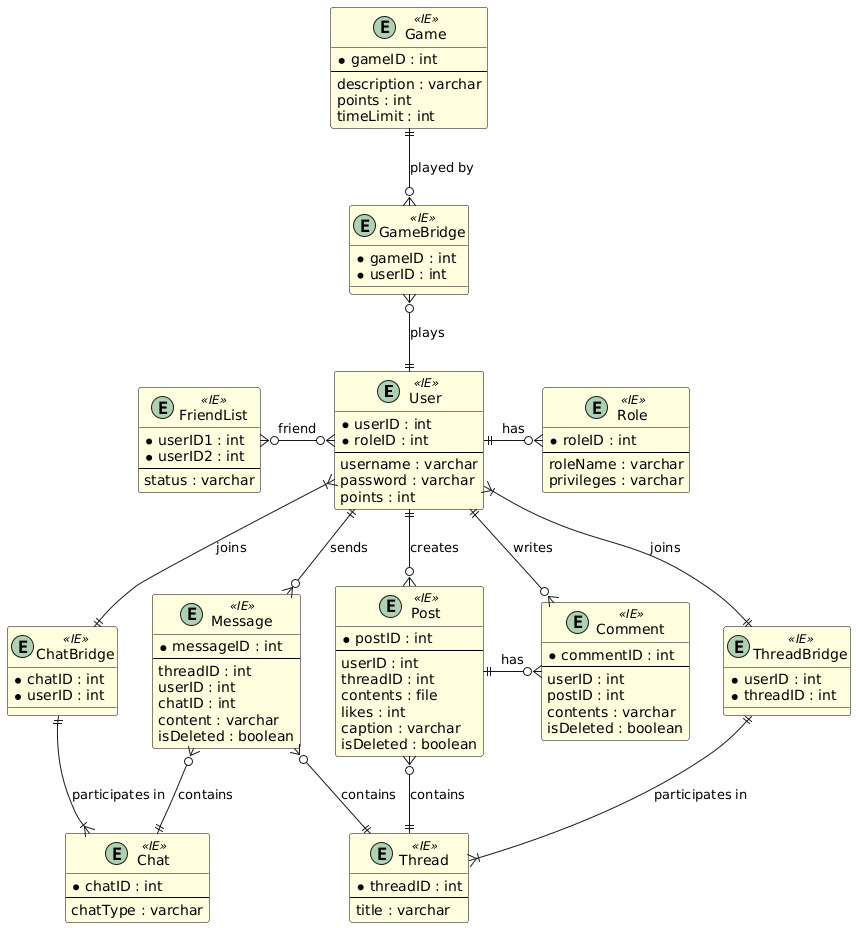
Earlier version of the PlantUML export Project/Documentation/ERD/ERD.png (AbSharum/CodeTogether).
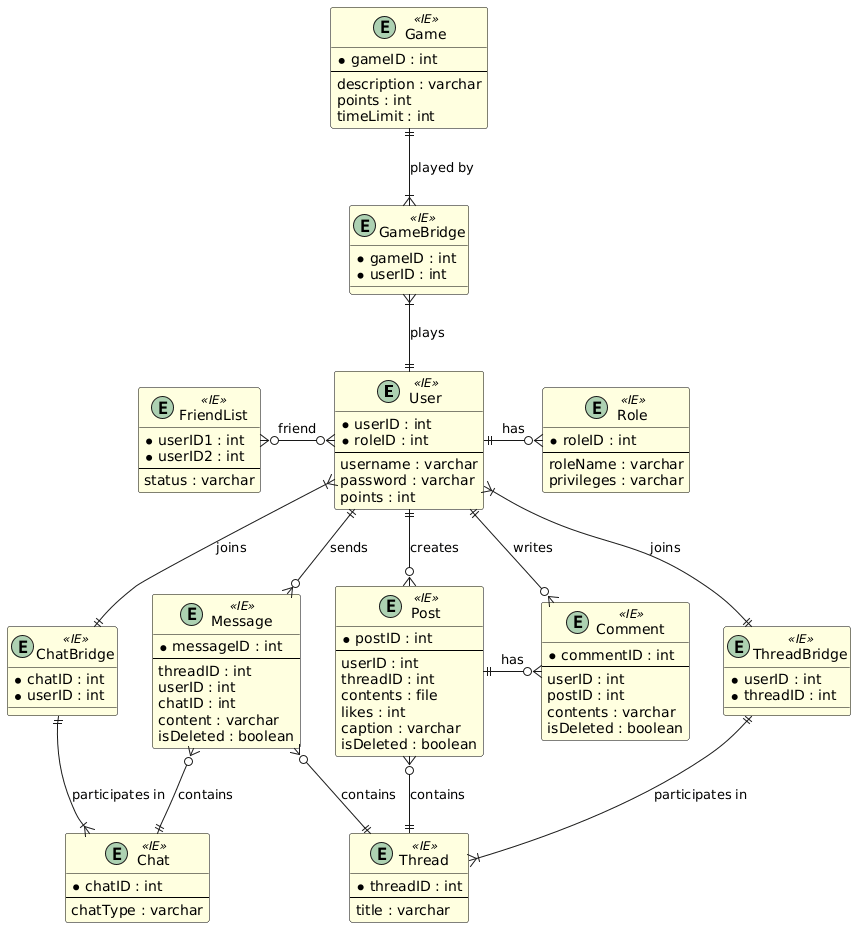
The same diagram one commit later.

Commit message:
update ERD uml

The edit, as a diff of the source:
```diff
@@ -99,7 +99,7 @@
 User ||--o{ Message : "sends"
 User }|-down-|| ThreadBridge : "joins"
 User }|--|| ChatBridge : "joins"
-User ||-up-o{ GameBridge : "plays"
+User ||-up-|{ GameBridge : "plays"
 
 ChatBridge ||-down-|{ Chat : "participates in"
 ThreadBridge ||--|{ Thread : "participates in"
@@ -107,5 +107,5 @@
 Thread ||-up-o{ Post : "contains"
 Post ||-right-o{ Comment : "has"
 Chat ||-left-o{ Message : "contains"
-Game ||-down-o{ GameBridge : "played by"
+Game ||-down-|{ GameBridge : "played by"
 @enduml
```
